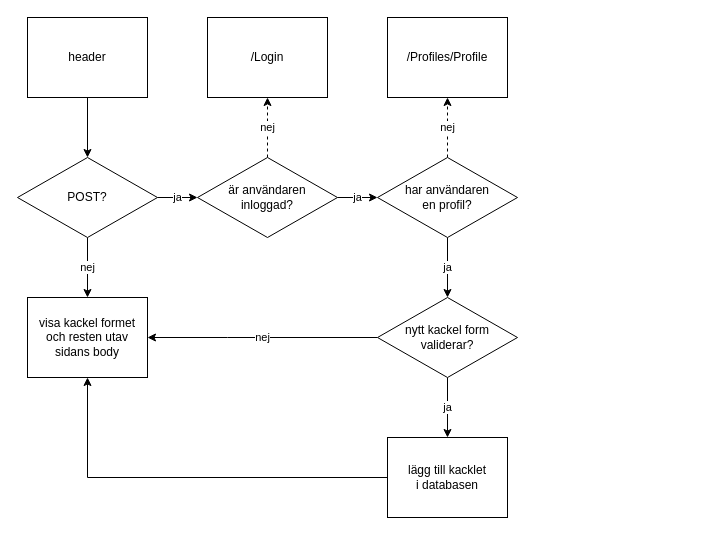
This is webbutveckling/Webbutveckling2/Moment/Moment4/Diagrams/Flowcharts/drawings/flowHeader.drawio from EliasEriksson/miun, a draw.io file, before an edit. Source tidied: cells renumbered, new cells numbered last; positions are measured from the earlier drawing's top-left corner, leaving out a move shared by most shapes. Both pictures are drawn from the tidied source at 100%, with x=0, y=0 at pixel (17, 17).
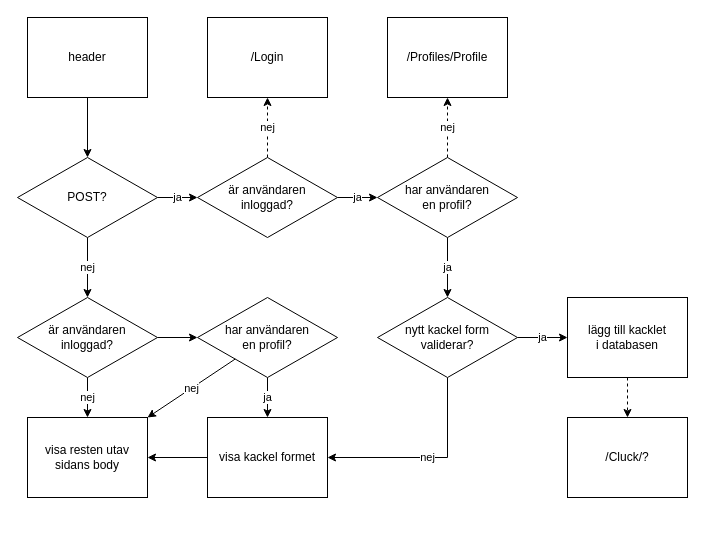
The same diagram, later.

The change refers to these unchanged cells:
```xml
<mxCell id="6" value="POST?" style="rhombus;whiteSpace=wrap;html=1;rounded=0;" parent="1" vertex="1">
  <mxGeometry y="140" width="140" height="80" as="geometry" />
</mxCell>
<mxCell id="9" value="nytt kackel form&lt;br&gt;validerar?" style="rhombus;whiteSpace=wrap;html=1;rounded=0;" parent="1" vertex="1">
  <mxGeometry x="360" y="280" width="140" height="80" as="geometry" />
</mxCell>
```

Diff of the diagram source:
```diff
@@
-    <mxCell id="5" value="nej" style="edgeStyle=orthogonalEdgeStyle;rounded=0;jettySize=auto;html=1;" parent="1" edge="1" source="6" target="16">
-      <mxGeometry relative="1" as="geometry" />
-    </mxCell>
+    <mxCell id="21" value="nej" style="edgeStyle=orthogonalEdgeStyle;rounded=0;jettySize=auto;html=1;" parent="1" edge="1" source="6" target="26">
+      <mxGeometry relative="1" as="geometry" />
+    </mxCell>
@@
     <mxCell id="8" value="nej" style="edgeStyle=orthogonalEdgeStyle;rounded=0;jettySize=auto;html=1;" parent="1" edge="1" source="9" target="16">
       <mxGeometry relative="1" as="geometry">
         <Array as="points">
-          <mxPoint x="210" y="320" />
-          <mxPoint x="210" y="320" />
+          <mxPoint x="430" y="440" />
         </Array>
       </mxGeometry>
     </mxCell>
@@
+    <mxCell id="22" style="edgeStyle=orthogonalEdgeStyle;rounded=0;jettySize=auto;html=1;entryX=1;entryY=0.5;entryDx=0;entryDy=0;" parent="1" edge="1" source="16" target="27">
+      <mxGeometry relative="1" as="geometry">
+        <Array as="points">
+          <mxPoint x="250" y="440" />
+        </Array>
+      </mxGeometry>
+    </mxCell>
-    <mxCell id="16" value="visa kackel formet&lt;br&gt;och resten utav&lt;br&gt;sidans body" style="whiteSpace=wrap;html=1;rounded=0;" parent="1" vertex="1">
-      <mxGeometry x="10" y="280" width="120" height="80" as="geometry" />
+    <mxCell id="16" value="visa kackel formet" style="whiteSpace=wrap;html=1;rounded=0;" parent="1" vertex="1">
+      <mxGeometry x="190" y="400" width="120" height="80" as="geometry" />
     </mxCell>
@@
-    <mxCell id="19" style="edgeStyle=orthogonalEdgeStyle;rounded=0;jettySize=auto;html=1;" parent="1" edge="1" source="20" target="16">
-      <mxGeometry relative="1" as="geometry">
-        <Array as="points">
-          <mxPoint x="70" y="460" />
-        </Array>
-      </mxGeometry>
-    </mxCell>
+    <mxCell id="23" style="edgeStyle=orthogonalEdgeStyle;rounded=0;jettySize=auto;html=1;dashed=1;" parent="1" edge="1" source="20" target="28">
+      <mxGeometry relative="1" as="geometry" />
+    </mxCell>
     <mxCell id="20" value="lägg till kacklet&lt;br&gt;i databasen" style="whiteSpace=wrap;html=1;rounded=0;" parent="1" vertex="1">
-      <mxGeometry x="370" y="420" width="120" height="80" as="geometry" />
+      <mxGeometry x="550" y="280" width="120" height="80" as="geometry" />
     </mxCell>
+    <mxCell id="24" value="nej" style="edgeStyle=orthogonalEdgeStyle;rounded=0;jettySize=auto;html=1;" parent="1" edge="1" source="26" target="27">
+      <mxGeometry relative="1" as="geometry" />
+    </mxCell>
+    <mxCell id="25" style="edgeStyle=orthogonalEdgeStyle;rounded=0;jettySize=auto;html=1;" parent="1" edge="1" source="26" target="30">
+      <mxGeometry relative="1" as="geometry" />
+    </mxCell>
+    <mxCell id="26" value="är användaren&lt;br&gt;inloggad?" style="rhombus;whiteSpace=wrap;html=1;rounded=0;" parent="1" vertex="1">
+      <mxGeometry y="280" width="140" height="80" as="geometry" />
+    </mxCell>
+    <mxCell id="27" value="visa resten utav&lt;br&gt;sidans body" style="whiteSpace=wrap;html=1;rounded=0;" parent="1" vertex="1">
+      <mxGeometry x="10" y="400" width="120" height="80" as="geometry" />
+    </mxCell>
+    <mxCell id="28" value="/Cluck/?" style="whiteSpace=wrap;html=1;rounded=0;" parent="1" vertex="1">
+      <mxGeometry x="550" y="400" width="120" height="80" as="geometry" />
+    </mxCell>
+    <mxCell id="29" value="ja" style="edgeStyle=orthogonalEdgeStyle;rounded=0;jettySize=auto;html=1;" parent="1" edge="1" source="30" target="16">
+      <mxGeometry relative="1" as="geometry" />
+    </mxCell>
+    <mxCell id="30" value="har användaren&lt;br&gt;en profil?" style="rhombus;whiteSpace=wrap;html=1;rounded=0;" parent="1" vertex="1">
+      <mxGeometry x="180" y="280" width="140" height="80" as="geometry" />
+    </mxCell>
+    <mxCell id="31" value="nej" style="endArrow=classic;html=1;" parent="1" edge="1" source="30" target="27">
+      <mxGeometry relative="1" as="geometry" />
+    </mxCell>
```
